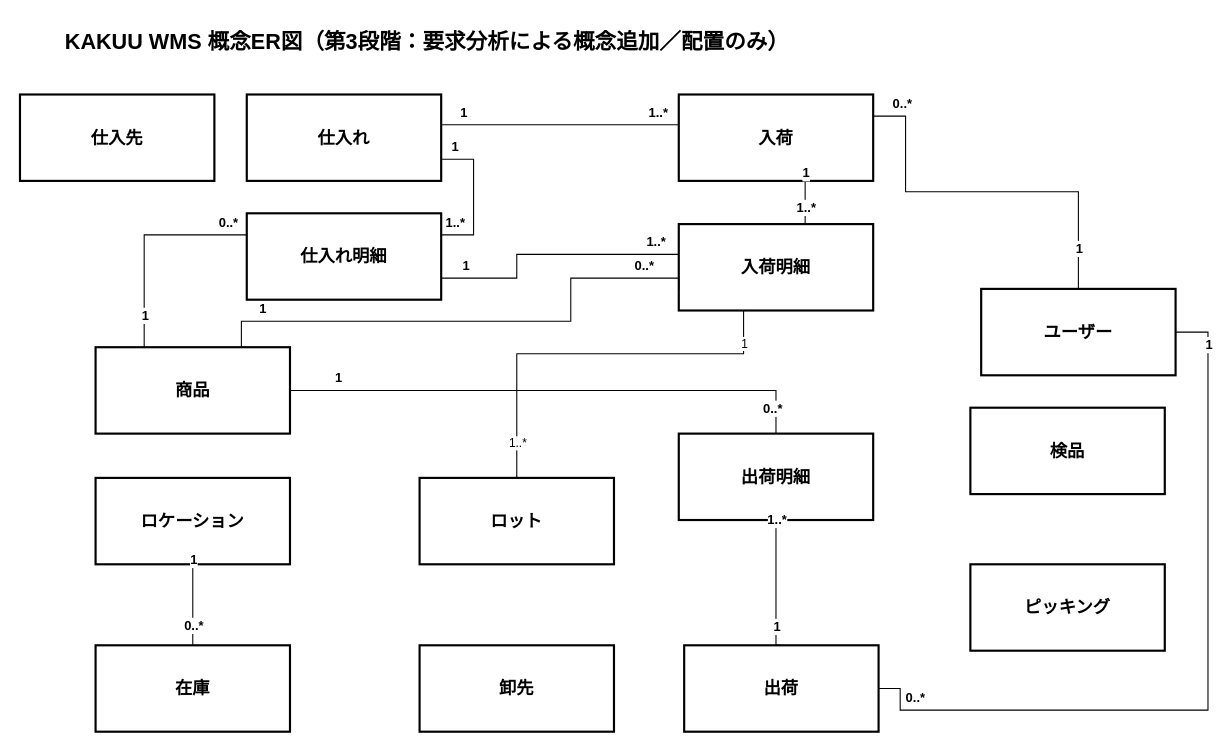
Earlier version of the draw.io diagram docs/2_要求分析/03_データ概念整理/概念ER図/drawio/KAKUU_WMS_概念ER図_第3段階_配置のみ.drawio (hino-115/kakuu-wms). Source tidied: cells renumbered, new cells numbered last; positions are measured from the earlier drawing's top-left corner, leaving out a move shared by most shapes. Both pictures are drawn from the tidied source at 108%, with x=0, y=0 at pixel (19, 18).
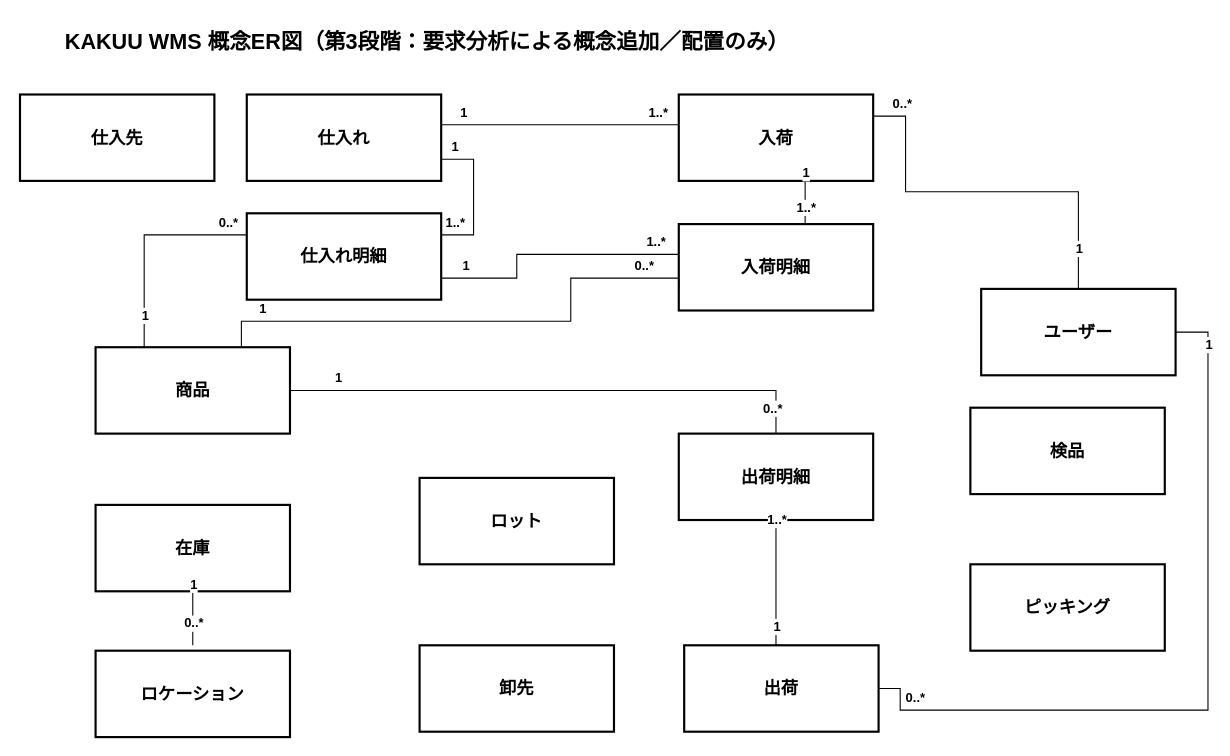
The same page after the edit.

Unchanged cells that the change refers to:
```xml
<mxCell id="11" value="入荷明細" style="rounded=0;whiteSpace=wrap;html=1;fillColor=#ffffff;strokeColor=#000000;strokeWidth=2;fontSize=16;fontStyle=1;align=center;verticalAlign=middle;" parent="1" vertex="1">
  <mxGeometry x="610" y="190" width="180" height="80" as="geometry" />
</mxCell>
<mxCell id="14" value="ロット" style="rounded=0;whiteSpace=wrap;html=1;fillColor=#ffffff;strokeColor=#000000;strokeWidth=2;fontSize=16;fontStyle=1;align=center;verticalAlign=middle;" parent="1" vertex="1">
  <mxGeometry x="370" y="425" width="180" height="80" as="geometry" />
</mxCell>
```

The edit, as a diff of the source:
```diff
@@
     <mxCell id="6" value="在庫" style="rounded=0;whiteSpace=wrap;html=1;fillColor=#ffffff;strokeColor=#000000;strokeWidth=2;fontSize=16;fontStyle=1;align=center;verticalAlign=middle;" parent="1" vertex="1">
-      <mxGeometry x="70" y="580" width="180" height="80" as="geometry" />
+      <mxGeometry x="70" y="450" width="180" height="80" as="geometry" />
     </mxCell>
@@
     <mxCell id="8" value="ロケーション" style="rounded=0;whiteSpace=wrap;html=1;fillColor=#ffffff;strokeColor=#000000;strokeWidth=2;fontSize=16;fontStyle=1;align=center;verticalAlign=middle;" parent="1" vertex="1">
-      <mxGeometry x="70" y="425" width="180" height="80" as="geometry" />
+      <mxGeometry x="70" y="585" width="180" height="80" as="geometry" />
     </mxCell>
@@
-    <mxCell id="42" style="edgeStyle=orthogonalEdgeStyle;rounded=0;jettySize=auto;html=1;endArrow=none;startArrow=none;exitX=0.5;exitY=1;exitDx=0;exitDy=0;entryX=0.5;entryY=0;entryDx=0;entryDy=0;" parent="1" edge="1" source="8" target="6">
-      <mxGeometry relative="1" as="geometry" />
+    <mxCell id="42" style="edgeStyle=orthogonalEdgeStyle;rounded=0;jettySize=auto;html=1;endArrow=none;startArrow=none;exitX=0.5;exitY=1;exitDx=0;exitDy=0;" parent="1" edge="1" source="6">
+      <mxGeometry relative="1" as="geometry">
+        <mxPoint x="160" y="580" as="targetPoint" />
+      </mxGeometry>
     </mxCell>
     <mxCell id="43" value="1" style="edgeLabel;html=1;align=center;verticalAlign=middle;fontSize=12;fontStyle=1;" parent="42" vertex="1">
-      <mxGeometry x="-0.82" relative="1" as="geometry">
+      <mxGeometry x="-0.8" relative="1" as="geometry">
         <mxPoint y="-12" as="offset" />
       </mxGeometry>
     </mxCell>
     <mxCell id="44" value="0..*" style="edgeLabel;html=1;align=center;verticalAlign=middle;fontSize=12;fontStyle=1;" parent="42" vertex="1">
-      <mxGeometry x="0.82" relative="1" as="geometry">
+      <mxGeometry x="0.67" relative="1" as="geometry">
         <mxPoint y="-12" as="offset" />
       </mxGeometry>
     </mxCell>
@@
-    <mxCell id="51" style="edgeStyle=orthogonalEdgeStyle;rounded=0;jettySize=auto;html=1;endArrow=none;startArrow=none;exitX=0.35;exitY=1;exitDx=0;exitDy=0;entryX=0.5;entryY=0;entryDx=0;entryDy=0;" parent="1" edge="1" source="11" target="14">
-      <mxGeometry relative="1" as="geometry">
-        <Array as="points">
-          <mxPoint x="670" y="270" />
-          <mxPoint x="670" y="310" />
-          <mxPoint x="460" y="310" />
-        </Array>
-      </mxGeometry>
-    </mxCell>
-    <mxCell id="52" value="1" style="edgeLabel;html=1;align=center;verticalAlign=middle;" parent="51" vertex="1">
-      <mxGeometry x="-0.82" relative="1" as="geometry" />
-    </mxCell>
-    <mxCell id="53" value="1..*" style="edgeLabel;html=1;align=center;verticalAlign=middle;" parent="51" vertex="1">
-      <mxGeometry x="0.82" relative="1" as="geometry" />
-    </mxCell>
```
